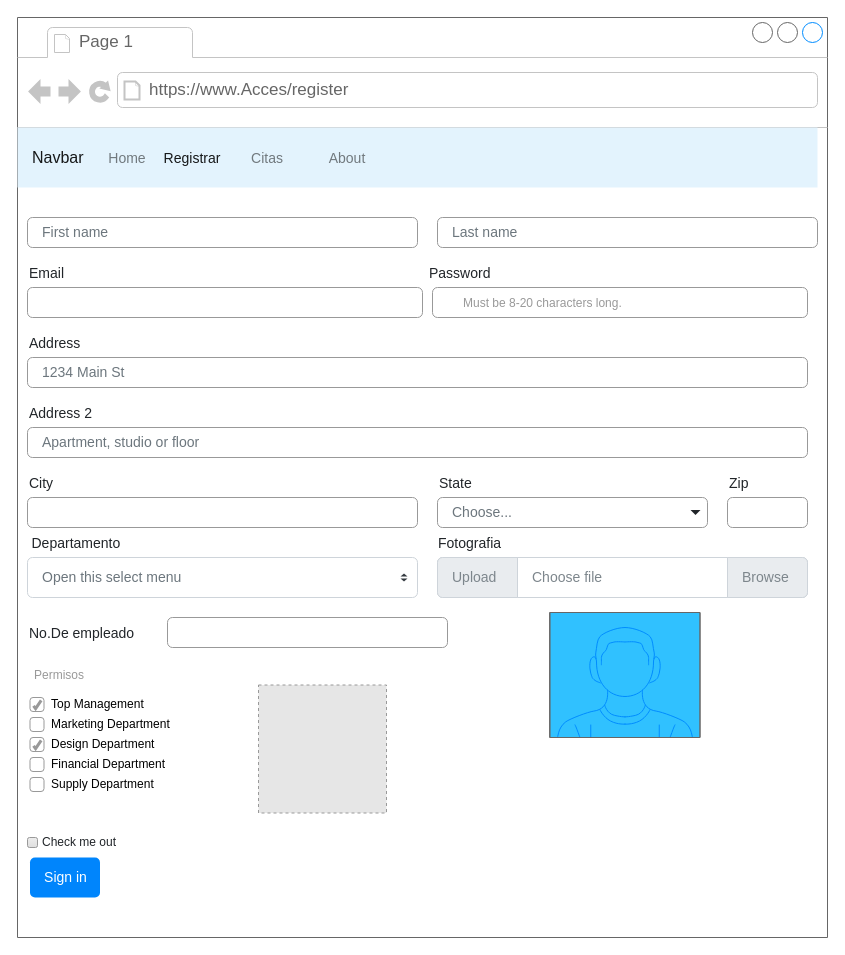
Above: page "Register" (3 of 7) of Untitled Diagram.drawio in GwenBZ/AccesoEmpresa (draw.io), before the change. Source tidied: cells renumbered, new cells numbered last; positions are measured from the earlier drawing's top-left corner, leaving out a move shared by most shapes. Both pictures are drawn from the tidied source at 100%, with x=0, y=0 at pixel (17, 17). Pictures stored in the file or linked from it are replaced by grey dashed boxes.
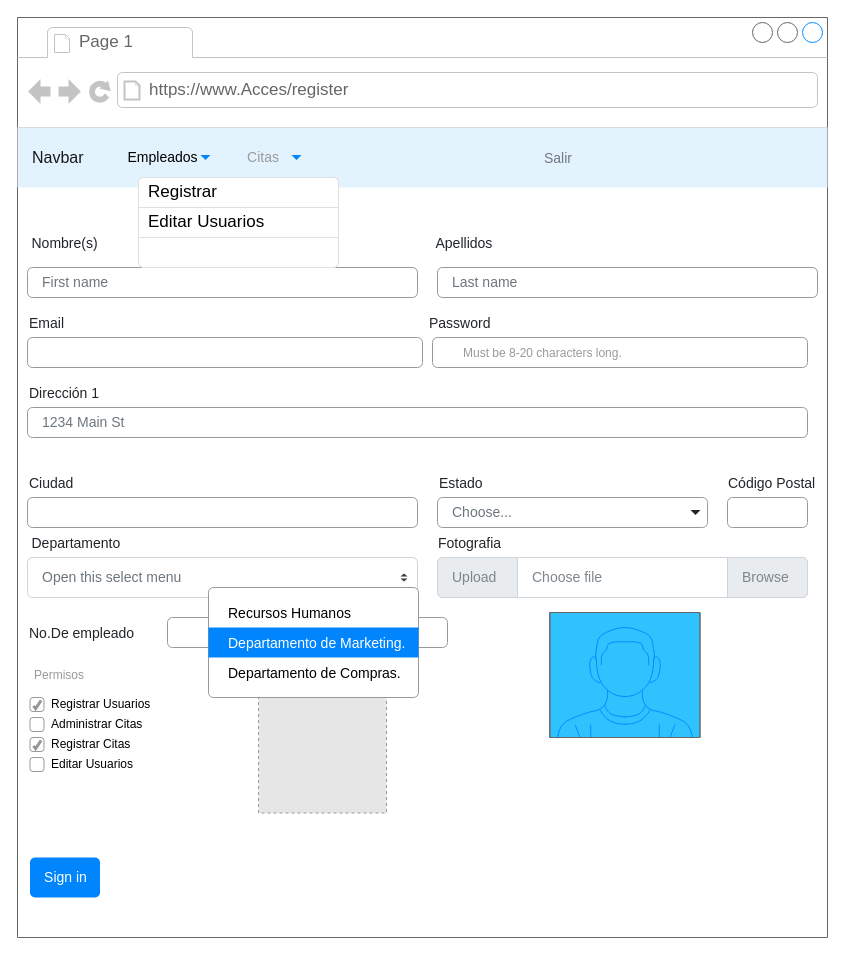
Above is the later version.

Unchanged cells that the change refers to:
```xml
<mxCell id="2" style="strokeWidth=1;shadow=0;dashed=0;align=center;html=1;shape=mxgraph.mockup.containers.browserWindow;rSize=0;strokeColor=#666666;strokeColor2=#008cff;strokeColor3=#c4c4c4;mainText=,;" parent="1" vertex="1">
  <mxGeometry width="810" height="920" as="geometry" />
</mxCell>
```

The edit, as a diff of the source:
```diff
@@
     <mxCell id="5" value="Navbar" style="html=1;shadow=0;dashed=0;fillColor=#E3F3FD;strokeColor=none;fontSize=16;fontColor=#161819;align=left;spacing=15;" parent="2" vertex="1">
-      <mxGeometry y="110" width="800" height="60" as="geometry" />
+      <mxGeometry y="110" width="810" height="60" as="geometry" />
     </mxCell>
-    <mxCell id="6" value="Registrar" style="fillColor=none;strokeColor=none;fontSize=14;fontColor=#161819;align=center;" parent="5" vertex="1">
-      <mxGeometry width="70" height="40" relative="1" as="geometry">
-        <mxPoint x="140" y="10" as="offset" />
-      </mxGeometry>
-    </mxCell>
-    <mxCell id="7" value="Home" style="fillColor=none;strokeColor=none;fontSize=14;fontColor=#71797E;align=center;" parent="5" vertex="1">
-      <mxGeometry width="60" height="40" relative="1" as="geometry">
-        <mxPoint x="80" y="10" as="offset" />
-      </mxGeometry>
-    </mxCell>
+    <mxCell id="9" value="Salir" style="fillColor=none;strokeColor=none;fontSize=14;fontColor=#71797E;align=center;" parent="5" vertex="1">
+      <mxGeometry width="80" height="40" relative="1" as="geometry">
+        <mxPoint x="501" y="10" as="offset" />
+      </mxGeometry>
+    </mxCell>
+    <mxCell id="48" value="Empleados" style="strokeColor=none;fillColor=none;rSize=5;perimeter=none;whiteSpace=wrap;align=center;spacing=20;fontSize=14;fontColor=#000000;spacingRight=10;" parent="5" vertex="1">
+      <mxGeometry x="101" y="10" width="99" height="40" as="geometry" />
+    </mxCell>
+    <mxCell id="49" style="shape=triangle;direction=south;fillColor=#0085FC;strokeColor=none;perimeter=none;fontColor=#3399FF;" parent="48" vertex="1">
+      <mxGeometry x="1" y="0.5" width="10" height="5" relative="1" as="geometry">
+        <mxPoint x="-17" y="-2.5" as="offset" />
+      </mxGeometry>
+    </mxCell>
-    <mxCell id="8" value="Citas" style="fillColor=none;strokeColor=none;fontSize=14;fontColor=#71797E;align=center;spacingRight=0;" parent="5" vertex="1">
-      <mxGeometry width="80" height="40" relative="1" as="geometry">
-        <mxPoint x="210" y="10" as="offset" />
-      </mxGeometry>
+    <mxCell id="8" value="Citas" style="strokeColor=none;fillColor=none;rSize=5;perimeter=none;whiteSpace=wrap;align=center;spacing=20;fontSize=14;fontColor=#999999;spacingRight=10;" parent="5" vertex="1">
+      <mxGeometry x="211" y="10" width="80" height="40" as="geometry" />
     </mxCell>
-    <mxCell id="9" value="About" style="fillColor=none;strokeColor=none;fontSize=14;fontColor=#71797E;align=center;" parent="5" vertex="1">
-      <mxGeometry width="80" height="40" relative="1" as="geometry">
-        <mxPoint x="290" y="10" as="offset" />
-      </mxGeometry>
-    </mxCell>
+    <mxCell id="50" style="shape=triangle;direction=south;fillColor=#0085FC;strokeColor=none;perimeter=none;fontColor=#3399FF;" parent="8" vertex="1">
+      <mxGeometry x="1" y="0.5" width="10" height="5" relative="1" as="geometry">
+        <mxPoint x="-17" y="-2.5" as="offset" />
+      </mxGeometry>
+    </mxCell>
     <mxCell id="10" value="Email" style="fillColor=none;strokeColor=none;align=left;fontSize=14;fontColor=#212529;" parent="2" vertex="1">
-      <mxGeometry x="10" y="240" width="400" height="30" as="geometry" />
+      <mxGeometry x="10" y="290" width="400" height="30" as="geometry" />
     </mxCell>
     <mxCell id="11" style="html=1;shadow=0;dashed=0;shape=mxgraph.bootstrap.rrect;rSize=5;fillColor=none;strokeColor=#999999;align=left;spacing=15;fontSize=14;fontColor=#6C767D;" parent="2" vertex="1">
-      <mxGeometry x="10" y="270" width="395" height="30" as="geometry" />
+      <mxGeometry x="10" y="320" width="395" height="30" as="geometry" />
     </mxCell>
     <mxCell id="12" value="Password" style="fillColor=none;strokeColor=none;align=left;fontSize=14;fontColor=#212529;" parent="2" vertex="1">
-      <mxGeometry x="410" y="240" width="390" height="30" as="geometry" />
+      <mxGeometry x="410" y="290" width="390" height="30" as="geometry" />
     </mxCell>
     <mxCell id="13" style="html=1;shadow=0;dashed=0;shape=mxgraph.bootstrap.rrect;rSize=5;fillColor=none;strokeColor=#999999;align=left;spacing=15;fontSize=14;fontColor=#6C767D;" parent="2" vertex="1">
-      <mxGeometry x="415" y="270" width="375" height="30" as="geometry" />
+      <mxGeometry x="415" y="320" width="375" height="30" as="geometry" />
     </mxCell>
-    <mxCell id="14" value="Address" style="fillColor=none;strokeColor=none;align=left;fontSize=14;fontColor=#212529;" parent="2" vertex="1">
-      <mxGeometry x="10" y="310" width="390" height="30" as="geometry" />
+    <mxCell id="14" value="Dirección 1" style="fillColor=none;strokeColor=none;align=left;fontSize=14;fontColor=#212529;" parent="2" vertex="1">
+      <mxGeometry x="10" y="360" width="390" height="30" as="geometry" />
     </mxCell>
     <mxCell id="15" value="1234 Main St" style="html=1;shadow=0;dashed=0;shape=mxgraph.bootstrap.rrect;rSize=5;fillColor=none;strokeColor=#999999;align=left;spacing=15;fontSize=14;fontColor=#6C767D;" parent="2" vertex="1">
-      <mxGeometry x="10" y="340" width="780" height="30" as="geometry" />
+      <mxGeometry x="10" y="390" width="780" height="30" as="geometry" />
     </mxCell>
-    <mxCell id="16" value="Address 2" style="fillColor=none;strokeColor=none;align=left;fontSize=14;fontColor=#212529;" parent="2" vertex="1">
-      <mxGeometry x="10" y="380" width="390" height="30" as="geometry" />
-    </mxCell>
-    <mxCell id="17" value="Apartment, studio or floor" style="html=1;shadow=0;dashed=0;shape=mxgraph.bootstrap.rrect;rSize=5;fillColor=none;strokeColor=#999999;align=left;spacing=15;fontSize=14;fontColor=#6C767D;" parent="2" vertex="1">
-      <mxGeometry x="10" y="410" width="780" height="30" as="geometry" />
-    </mxCell>
-    <mxCell id="18" value="City" style="fillColor=none;strokeColor=none;align=left;fontSize=14;fontColor=#212529;" parent="2" vertex="1">
+    <mxCell id="18" value="Ciudad" style="fillColor=none;strokeColor=none;align=left;fontSize=14;fontColor=#212529;" parent="2" vertex="1">
       <mxGeometry x="10" y="450" width="390" height="30" as="geometry" />
     </mxCell>
@@
-    <mxCell id="20" value="State" style="fillColor=none;strokeColor=none;align=left;fontSize=14;fontColor=#212529;" parent="2" vertex="1">
+    <mxCell id="20" value="Estado" style="fillColor=none;strokeColor=none;align=left;fontSize=14;fontColor=#212529;" parent="2" vertex="1">
       <mxGeometry x="420" y="450" width="220" height="30" as="geometry" />
     </mxCell>
@@
-    <mxCell id="23" value="Zip" style="fillColor=none;strokeColor=none;align=left;fontSize=14;fontColor=#212529;" parent="2" vertex="1">
-      <mxGeometry x="710" y="450" width="100" height="30" as="geometry" />
+    <mxCell id="23" value="Código Postal" style="fillColor=none;strokeColor=none;align=left;fontSize=14;fontColor=#212529;" parent="2" vertex="1">
+      <mxGeometry x="709" y="450" width="100" height="30" as="geometry" />
     </mxCell>
@@
-    <mxCell id="25" value="Check me out" style="html=1;shadow=0;dashed=0;shape=mxgraph.bootstrap.checkbox2;labelPosition=right;verticalLabelPosition=middle;align=left;verticalAlign=middle;gradientColor=#DEDEDE;fillColor=#EDEDED;checked=0;spacing=5;strokeColor=#999999;fontColor=#212529;checkedFill=#0085FC;checkedStroke=#ffffff;" parent="2" vertex="1">
-      <mxGeometry x="10" y="820" width="10" height="10" as="geometry" />
-    </mxCell>
@@
     <mxCell id="27" value="First name" style="html=1;shadow=0;dashed=0;shape=mxgraph.bootstrap.rrect;rSize=5;fillColor=none;strokeColor=#999999;align=left;spacing=15;fontSize=14;fontColor=#6C767D;" parent="2" vertex="1">
-      <mxGeometry x="10" y="200" width="390" height="30" as="geometry" />
+      <mxGeometry x="10" y="250" width="390" height="30" as="geometry" />
     </mxCell>
     <mxCell id="28" value="Last name" style="html=1;shadow=0;dashed=0;shape=mxgraph.bootstrap.rrect;rSize=5;fillColor=none;strokeColor=#999999;align=left;spacing=15;fontSize=14;fontColor=#6C767D;" parent="2" vertex="1">
-      <mxGeometry x="420" y="200" width="380" height="30" as="geometry" />
+      <mxGeometry x="420" y="250" width="380" height="30" as="geometry" />
     </mxCell>
     <mxCell id="29" value="Must be 8-20 characters long." style="fillColor=none;strokeColor=none;align=left;spacing=2;fontSize=12;fontColor=#999999;" parent="2" vertex="1">
-      <mxGeometry x="444" y="265" width="170" height="40" as="geometry" />
+      <mxGeometry x="444" y="315" width="170" height="40" as="geometry" />
     </mxCell>
@@
-    <mxCell id="42" value="Top Management" style="html=1;shadow=0;dashed=0;shape=mxgraph.bootstrap.checkbox;fontSize=12;strokeColor=#999999;align=left;labelPosition=right;spacingLeft=5;rounded=0;" parent="2" vertex="1">
+    <mxCell id="42" value="Registrar Usuarios" style="html=1;shadow=0;dashed=0;shape=mxgraph.bootstrap.checkbox;fontSize=12;strokeColor=#999999;align=left;labelPosition=right;spacingLeft=5;rounded=0;" parent="2" vertex="1">
       <mxGeometry x="12.5" y="680" width="14" height="14" as="geometry" />
     </mxCell>
-    <mxCell id="43" value="Marketing Department" style="html=1;shadow=0;dashed=0;shape=mxgraph.bootstrap.rrect;fontSize=12;rSize=3;strokeColor=#999999;align=left;labelPosition=right;spacingLeft=5;rounded=0;" parent="2" vertex="1">
+    <mxCell id="43" value="Administrar Citas " style="html=1;shadow=0;dashed=0;shape=mxgraph.bootstrap.rrect;fontSize=12;rSize=3;strokeColor=#999999;align=left;labelPosition=right;spacingLeft=5;rounded=0;" parent="2" vertex="1">
       <mxGeometry x="12.5" y="700" width="14" height="14" as="geometry" />
     </mxCell>
-    <mxCell id="44" value="Design Department" style="html=1;shadow=0;dashed=0;shape=mxgraph.bootstrap.checkbox;fontSize=12;strokeColor=#999999;align=left;labelPosition=right;spacingLeft=5;rounded=0;" parent="2" vertex="1">
+    <mxCell id="44" value="Registrar Citas" style="html=1;shadow=0;dashed=0;shape=mxgraph.bootstrap.checkbox;fontSize=12;strokeColor=#999999;align=left;labelPosition=right;spacingLeft=5;rounded=0;" parent="2" vertex="1">
       <mxGeometry x="12.5" y="720" width="14" height="14" as="geometry" />
     </mxCell>
-    <mxCell id="45" value="Financial Department" style="html=1;shadow=0;dashed=0;shape=mxgraph.bootstrap.rrect;fontSize=12;rSize=3;strokeColor=#999999;align=left;labelPosition=right;spacingLeft=5;rounded=0;" parent="2" vertex="1">
+    <mxCell id="45" value="Editar Usuarios" style="html=1;shadow=0;dashed=0;shape=mxgraph.bootstrap.rrect;fontSize=12;rSize=3;strokeColor=#999999;align=left;labelPosition=right;spacingLeft=5;rounded=0;" parent="2" vertex="1">
       <mxGeometry x="12.5" y="740" width="14" height="14" as="geometry" />
     </mxCell>
-    <mxCell id="46" value="Supply Department" style="html=1;shadow=0;dashed=0;shape=mxgraph.bootstrap.rrect;fontSize=12;rSize=3;strokeColor=#999999;align=left;labelPosition=right;spacingLeft=5;rounded=0;" parent="2" vertex="1">
-      <mxGeometry x="12.5" y="760" width="14" height="14" as="geometry" />
-    </mxCell>
@@
+    <mxCell id="51" value="Nombre(s)" style="fillColor=none;strokeColor=none;align=left;fontSize=14;fontColor=#212529;" parent="2" vertex="1">
+      <mxGeometry x="12.5" y="210" width="197.5" height="30" as="geometry" />
+    </mxCell>
+    <mxCell id="52" value="Apellidos" style="fillColor=none;strokeColor=none;align=left;fontSize=14;fontColor=#212529;" parent="2" vertex="1">
+      <mxGeometry x="416.5" y="210" width="197.5" height="30" as="geometry" />
+    </mxCell>
+    <mxCell id="53" style="html=1;shadow=0;dashed=0;shape=mxgraph.bootstrap.rrect;rSize=5;fillColor=#ffffff;strokeColor=#999999;" parent="2" vertex="1">
+      <mxGeometry x="191" y="570" width="210" height="110" as="geometry" />
+    </mxCell>
+    <mxCell id="54" value="Recursos Humanos" style="fillColor=none;strokeColor=none;align=left;spacing=20;fontSize=14;" parent="53" vertex="1">
+      <mxGeometry width="170" height="30" relative="1" as="geometry">
+        <mxPoint y="10" as="offset" />
+      </mxGeometry>
+    </mxCell>
+    <mxCell id="55" value="Departamento de Marketing." style="fillColor=#0085FC;strokeColor=none;fontColor=#ffffff;align=left;spacing=20;fontSize=14;sketch=0;" parent="53" vertex="1">
+      <mxGeometry width="210" height="30" relative="1" as="geometry">
+        <mxPoint y="40" as="offset" />
+      </mxGeometry>
+    </mxCell>
+    <mxCell id="56" value="Departamento de Compras." style="fillColor=none;strokeColor=none;align=left;spacing=20;fontSize=14;fontStyle=0;" parent="53" vertex="1">
+      <mxGeometry width="170" height="30" relative="1" as="geometry">
+        <mxPoint y="70" as="offset" />
+      </mxGeometry>
+    </mxCell>
+    <mxCell id="57" style="html=1;shadow=0;dashed=0;shape=mxgraph.bootstrap.rrect;rSize=5;strokeColor=#DFDFDF;html=1;whiteSpace=wrap;fillColor=#FFFFFF;fontColor=#000000;fontSize=17;" parent="2" vertex="1">
+      <mxGeometry x="121" y="160" width="200" height="90" as="geometry" />
+    </mxCell>
+    <mxCell id="6" value="Registrar" style="strokeColor=inherit;fillColor=inherit;gradientColor=inherit;fontColor=inherit;html=1;shadow=0;dashed=0;shape=mxgraph.bootstrap.topButton;rSize=5;perimeter=none;whiteSpace=wrap;align=left;spacing=10;fontSize=17;" parent="57" vertex="1">
+      <mxGeometry width="200" height="30" relative="1" as="geometry" />
+    </mxCell>
+    <mxCell id="58" value="Editar Usuarios" style="strokeColor=inherit;fillColor=inherit;gradientColor=inherit;fontColor=inherit;html=1;shadow=0;dashed=0;perimeter=none;whiteSpace=wrap;align=left;spacing=10;fontSize=17;" parent="57" vertex="1">
+      <mxGeometry width="200" height="30" relative="1" as="geometry">
+        <mxPoint y="30" as="offset" />
+      </mxGeometry>
+    </mxCell>
+    <mxCell id="59" style="strokeColor=inherit;fillColor=inherit;gradientColor=inherit;fontColor=inherit;html=1;shadow=0;dashed=0;shape=mxgraph.bootstrap.bottomButton;rSize=5;perimeter=none;whiteSpace=wrap;align=left;spacing=10;fontSize=17;" parent="57" vertex="1">
+      <mxGeometry y="1" width="200" height="30" relative="1" as="geometry">
+        <mxPoint y="-30" as="offset" />
+      </mxGeometry>
+    </mxCell>
```
